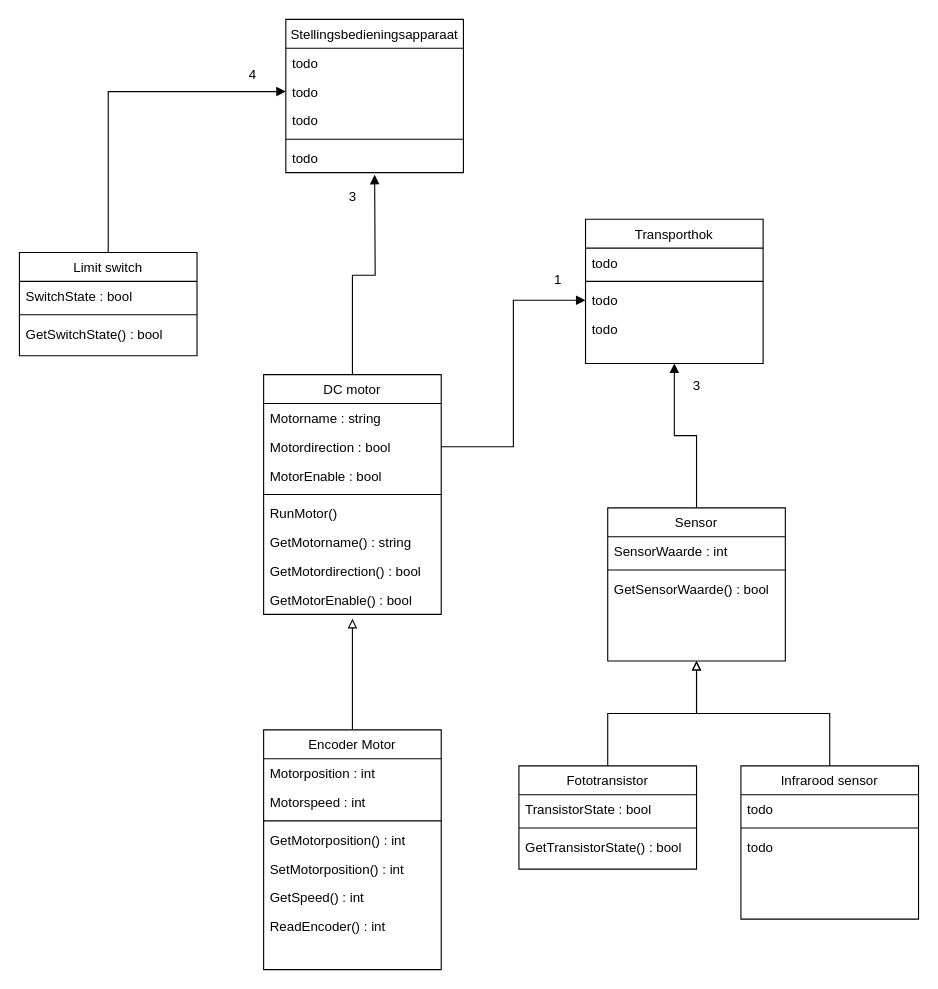
This is Sofware Design/Proftaak/Warehouse class diagram.drawio from TiemonS/Tiemon-Steeghs-Semester-3-Repository, a draw.io file, before an edit. Source tidied: cells renumbered, new cells numbered last; positions are measured from the earlier drawing's top-left corner, leaving out a move shared by most shapes. Both pictures are drawn from the tidied source at 111%, with x=0, y=0 at pixel (19, 19).
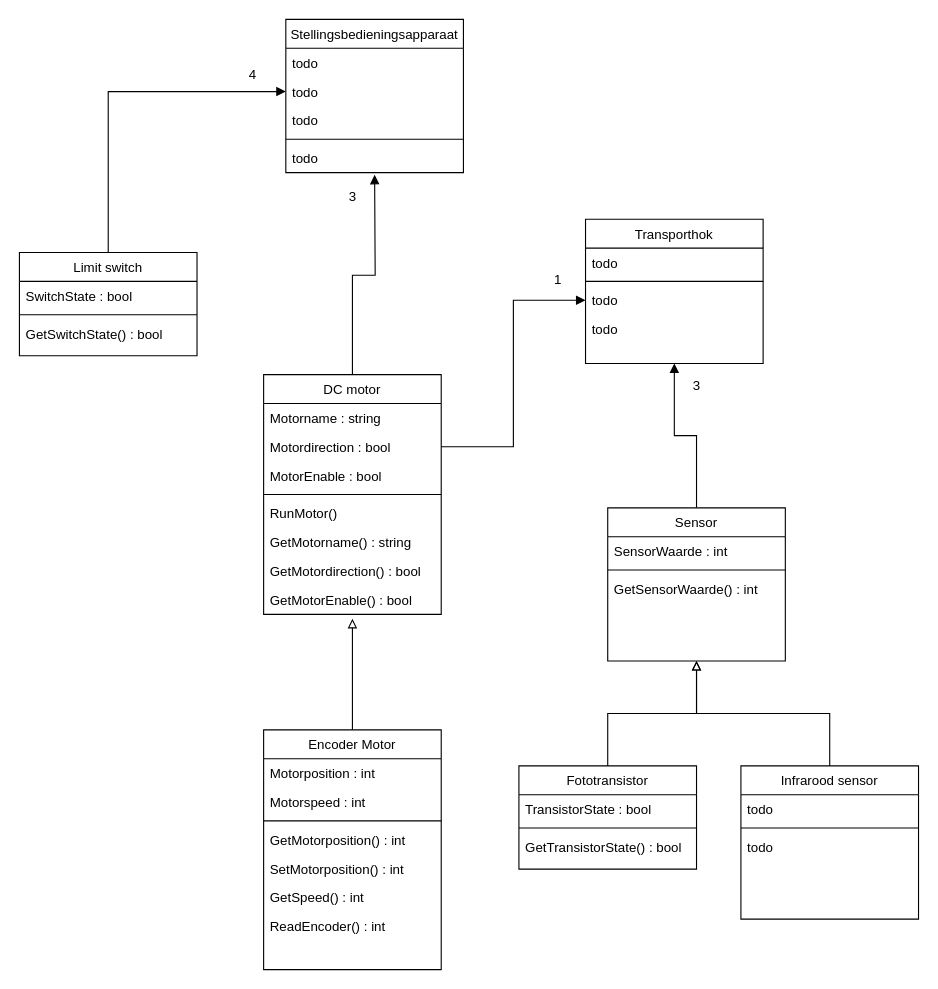
The same diagram, later.

Unchanged cells that the change refers to:
```xml
<mxCell id="52" value="Sensor" style="swimlane;fontStyle=0;align=center;verticalAlign=top;horizontal=1;startSize=26;rounded=0;shadow=0;strokeWidth=1;" parent="1" vertex="1">
  <mxGeometry x="530" y="440" width="160" height="138" as="geometry" />
</mxCell>
```

Change to the diagram source:
```diff
@@
-    <mxCell id="55" value="GetSensorWaarde() : bool" style="text;align=left;verticalAlign=top;spacingLeft=4;spacingRight=4;overflow=hidden;" parent="52" vertex="1">
+    <mxCell id="55" value="GetSensorWaarde() : int" style="text;align=left;verticalAlign=top;spacingLeft=4;spacingRight=4;overflow=hidden;" parent="52" vertex="1">
       <mxGeometry y="60" width="160" height="26" as="geometry" />
     </mxCell>
```
